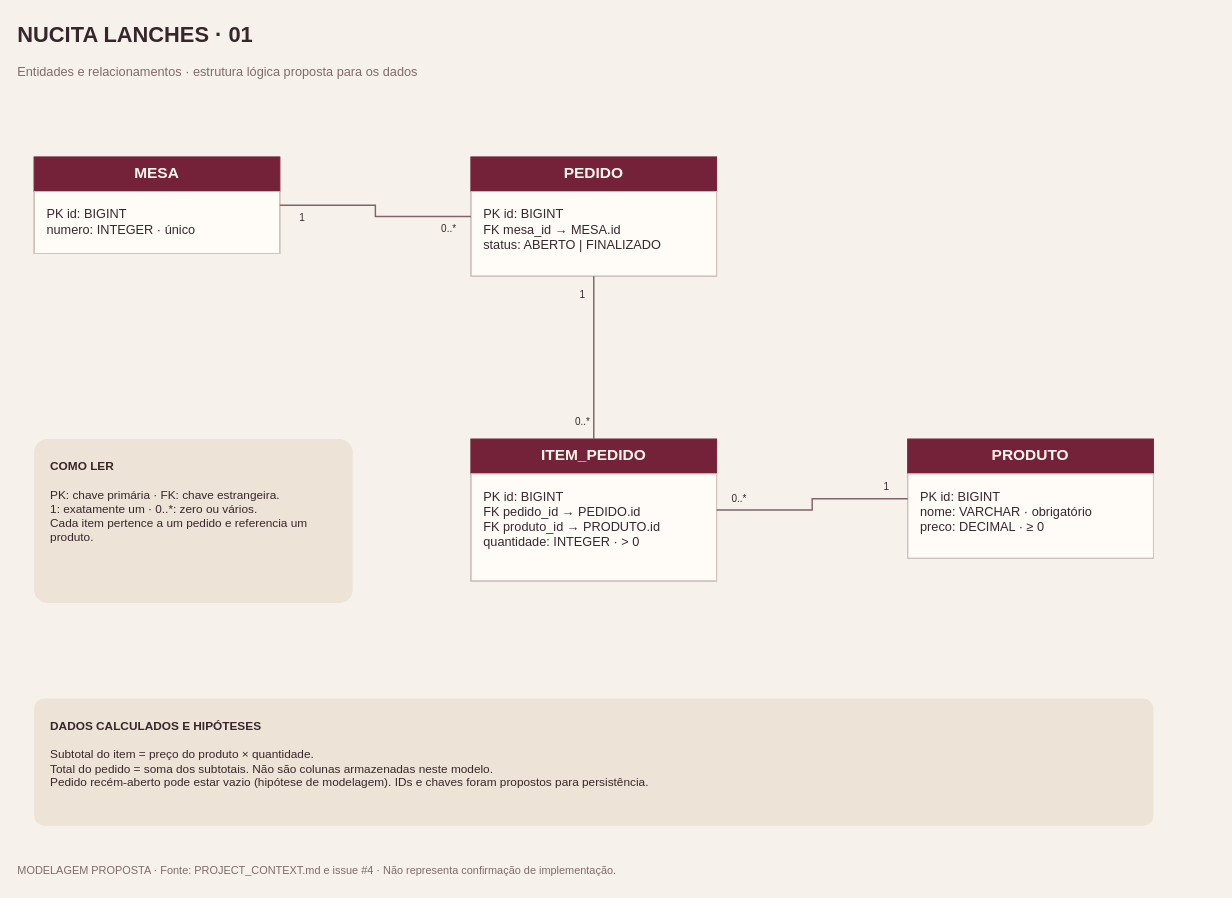
The draw.io diagram page "01 · DER" (1 of 3) of Nucita-Lanches-modelagem-completa.drawio in Nucita-Lanches/Nucita-Lanches, before the edit. Source tidied: cells renumbered, new cells numbered last; positions are measured from the earlier drawing's top-left corner, leaving out a move shared by most shapes. Both pictures are drawn from the tidied source at 91%, with x=0, y=0 at pixel (15, 15).
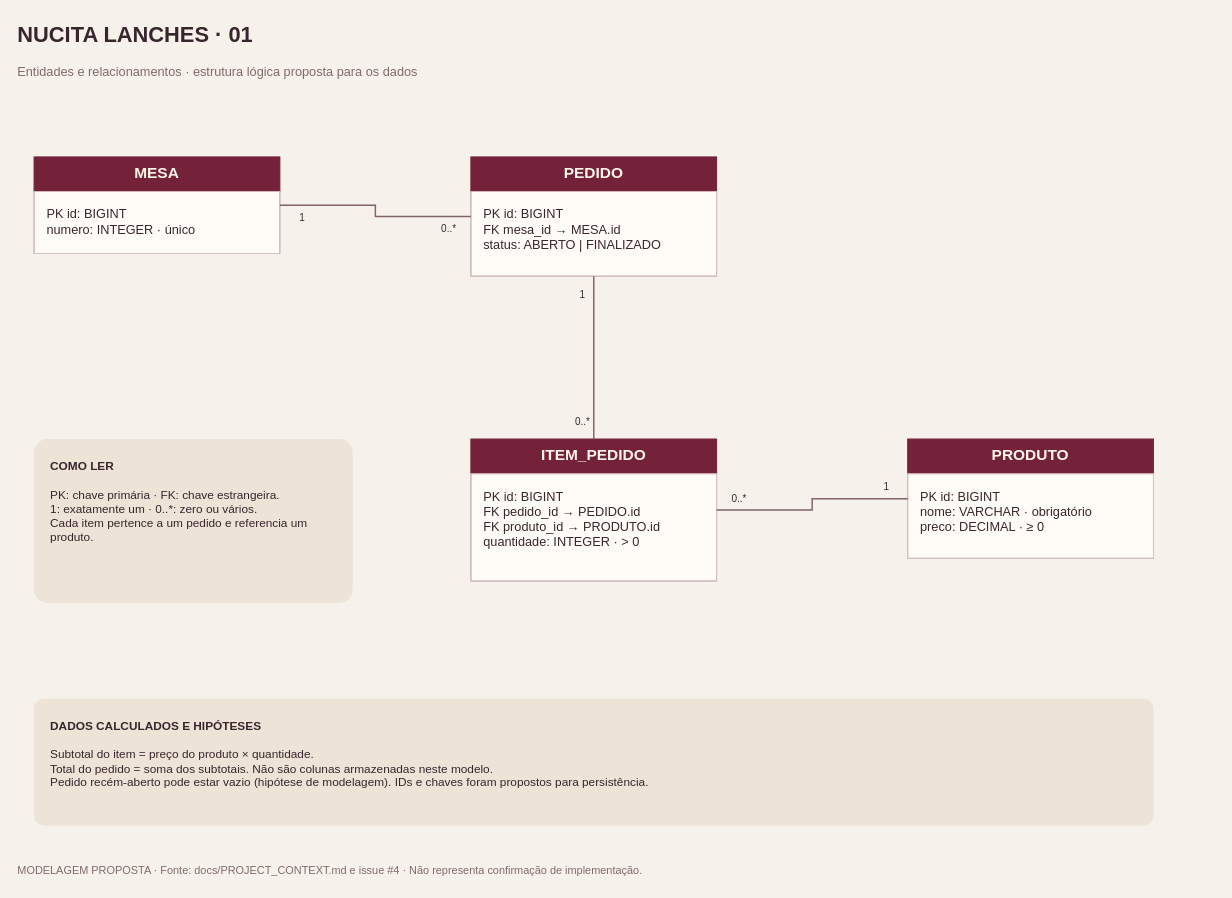
The same diagram, later.

The edit, as a diff of the source:
```diff
@@
-    <mxCell id="4" value="MODELAGEM PROPOSTA · Fonte: PROJECT_CONTEXT.md e issue #4 · Não representa confirmação de implementação." style="html=1;whiteSpace=wrap;fontFamily=Helvetica;fontColor=#38262D;fontSize=14;text;align=left;fontSize=12;fontColor=#806A6A;" parent="1" vertex="1">
+    <mxCell id="4" value="MODELAGEM PROPOSTA · Fonte: docs/PROJECT_CONTEXT.md e issue #4 · Não representa confirmação de implementação." style="html=1;whiteSpace=wrap;fontFamily=Helvetica;fontColor=#38262D;fontSize=14;text;align=left;fontSize=12;fontColor=#806A6A;" parent="1" vertex="1">
       <mxGeometry y="925" width="1320" height="28" as="geometry" />
     </mxCell>
```
